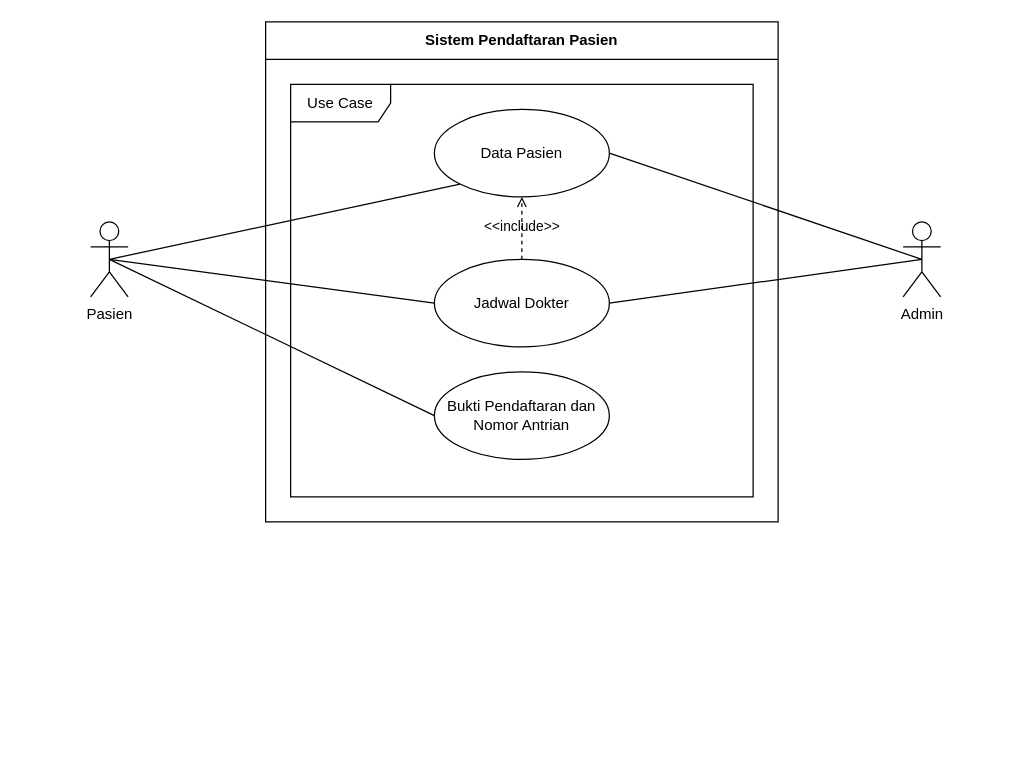
Above: page "Use Case Diagram" (3 of 5) of Flowchart KlinikGo.drawio in riotryulianto/PBI-system-analyst (draw.io), before the change. Source tidied: cells renumbered, new cells numbered last; positions are measured from the earlier drawing's top-left corner, leaving out a move shared by most shapes. Both pictures are drawn from the tidied source at 125%, with x=0, y=0 at pixel (90, 21).
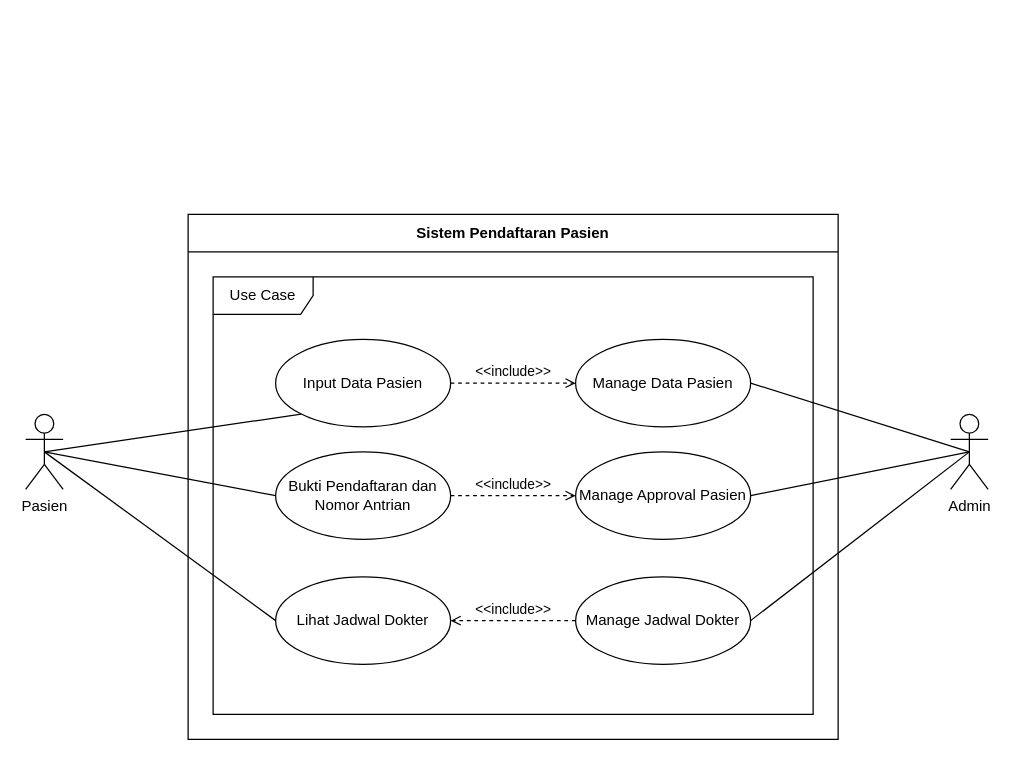
The same diagram, later.

What changed in the source:
```diff
@@
     <mxCell id="2" value="Pasien" style="shape=umlActor;verticalLabelPosition=bottom;verticalAlign=top;html=1;" parent="1" vertex="1">
-      <mxGeometry y="160" width="30" height="60" as="geometry" />
+      <mxGeometry x="-52" y="314" width="30" height="60" as="geometry" />
     </mxCell>
     <mxCell id="3" value="Admin" style="shape=umlActor;verticalLabelPosition=bottom;verticalAlign=top;html=1;outlineConnect=0;" parent="1" vertex="1">
-      <mxGeometry x="650" y="160" width="30" height="60" as="geometry" />
+      <mxGeometry x="688" y="314" width="30" height="60" as="geometry" />
     </mxCell>
     <mxCell id="4" value="Sistem Pendaftaran Pasien" style="swimlane;fontStyle=1;align=center;horizontal=1;startSize=30;html=1;whiteSpace=wrap;" parent="1" vertex="1">
-      <mxGeometry x="140" width="410" height="400" as="geometry" />
+      <mxGeometry x="78" y="154" width="520" height="420" as="geometry" />
     </mxCell>
     <mxCell id="5" value="Use Case" style="shape=umlFrame;whiteSpace=wrap;html=1;width=80;" parent="4" vertex="1">
-      <mxGeometry width="370" height="330" relative="1" as="geometry">
+      <mxGeometry width="480" height="350" relative="1" as="geometry">
         <mxPoint x="20" y="50" as="offset" />
       </mxGeometry>
     </mxCell>
-    <mxCell id="6" value="Data Pasien" style="ellipse;whiteSpace=wrap;html=1;" parent="5" vertex="1">
-      <mxGeometry x="115" y="20" width="140" height="70" as="geometry" />
+    <mxCell id="6" value="Input Data Pasien" style="ellipse;whiteSpace=wrap;html=1;" parent="5" vertex="1">
+      <mxGeometry x="50" y="50" width="140" height="70" as="geometry" />
     </mxCell>
     <mxCell id="7" value="Bukti Pendaftaran dan Nomor Antrian" style="ellipse;whiteSpace=wrap;html=1;" parent="5" vertex="1">
-      <mxGeometry x="115" y="230" width="140" height="70" as="geometry" />
+      <mxGeometry x="50" y="140" width="140" height="70" as="geometry" />
     </mxCell>
-    <mxCell id="8" value="&amp;lt;&amp;lt;include&amp;gt;&amp;gt;" style="edgeStyle=none;html=1;endArrow=open;verticalAlign=bottom;dashed=1;labelBackgroundColor=none;rounded=0;entryX=0.5;entryY=1;entryDx=0;entryDy=0;exitX=0.5;exitY=0;exitDx=0;exitDy=0;" parent="5" edge="1" source="9" target="6">
-      <mxGeometry x="-0.33" relative="1" as="geometry" />
-    </mxCell>
+    <mxCell id="15" value="Manage Data Pasien" style="ellipse;whiteSpace=wrap;html=1;" parent="5" vertex="1">
+      <mxGeometry x="290" y="50" width="140" height="70" as="geometry" />
+    </mxCell>
+    <mxCell id="16" value="Manage Approval Pasien" style="ellipse;whiteSpace=wrap;html=1;" parent="5" vertex="1">
+      <mxGeometry x="290" y="140" width="140" height="70" as="geometry" />
+    </mxCell>
+    <mxCell id="17" value="Manage Jadwal Dokter" style="ellipse;whiteSpace=wrap;html=1;" parent="5" vertex="1">
+      <mxGeometry x="290" y="240" width="140" height="70" as="geometry" />
+    </mxCell>
+    <mxCell id="18" value="&amp;lt;&amp;lt;include&amp;gt;&amp;gt;" style="edgeStyle=none;html=1;endArrow=open;verticalAlign=bottom;dashed=1;labelBackgroundColor=none;rounded=0;exitX=0;exitY=0.5;exitDx=0;exitDy=0;entryX=1;entryY=0.5;entryDx=0;entryDy=0;" parent="5" edge="1" source="17" target="9">
+      <mxGeometry relative="1" as="geometry" />
+    </mxCell>
-    <mxCell id="9" value="Jadwal Dokter" style="ellipse;whiteSpace=wrap;html=1;" parent="5" vertex="1">
-      <mxGeometry x="115" y="140" width="140" height="70" as="geometry" />
+    <mxCell id="9" value="Lihat Jadwal Dokter" style="ellipse;whiteSpace=wrap;html=1;" parent="5" vertex="1">
+      <mxGeometry x="50" y="240" width="140" height="70" as="geometry" />
     </mxCell>
+    <mxCell id="19" value="&amp;lt;&amp;lt;include&amp;gt;&amp;gt;" style="edgeStyle=none;html=1;endArrow=open;verticalAlign=bottom;dashed=1;labelBackgroundColor=none;rounded=0;entryX=0;entryY=0.5;entryDx=0;entryDy=0;exitX=1;exitY=0.5;exitDx=0;exitDy=0;" parent="5" edge="1" source="7" target="16">
+      <mxGeometry relative="1" as="geometry" />
+    </mxCell>
+    <mxCell id="20" value="&amp;lt;&amp;lt;include&amp;gt;&amp;gt;" style="edgeStyle=none;html=1;endArrow=open;verticalAlign=bottom;dashed=1;labelBackgroundColor=none;rounded=0;entryX=0;entryY=0.5;entryDx=0;entryDy=0;exitX=1;exitY=0.5;exitDx=0;exitDy=0;" parent="5" edge="1" source="6" target="15">
+      <mxGeometry relative="1" as="geometry" />
+    </mxCell>
@@
-    <mxCell id="12" style="edgeStyle=none;html=1;endArrow=none;verticalAlign=bottom;rounded=0;exitX=1;exitY=0.5;exitDx=0;exitDy=0;entryX=0.5;entryY=0.5;entryDx=0;entryDy=0;entryPerimeter=0;" parent="1" edge="1" source="6" target="3">
+    <mxCell id="12" style="edgeStyle=none;html=1;endArrow=none;verticalAlign=bottom;rounded=0;entryX=0.5;entryY=0.5;entryDx=0;entryDy=0;entryPerimeter=0;exitX=1;exitY=0.5;exitDx=0;exitDy=0;" parent="1" edge="1" source="15" target="3">
       <mxGeometry relative="1" as="geometry" />
     </mxCell>
-    <mxCell id="13" style="endArrow=none;html=1;rounded=0;entryX=0.5;entryY=0.5;entryDx=0;entryDy=0;entryPerimeter=0;exitX=1;exitY=0.5;exitDx=0;exitDy=0;" parent="1" edge="1" source="9" target="3">
+    <mxCell id="13" style="endArrow=none;html=1;rounded=0;entryX=0.5;entryY=0.5;entryDx=0;entryDy=0;entryPerimeter=0;exitX=1;exitY=0.5;exitDx=0;exitDy=0;" parent="1" edge="1" source="17" target="3">
       <mxGeometry relative="1" as="geometry" />
     </mxCell>
@@
+    <mxCell id="21" style="endArrow=none;html=1;rounded=0;exitX=1;exitY=0.5;exitDx=0;exitDy=0;entryX=0.5;entryY=0.5;entryDx=0;entryDy=0;entryPerimeter=0;" parent="1" edge="1" source="16" target="3">
+      <mxGeometry relative="1" as="geometry" />
+    </mxCell>
```
